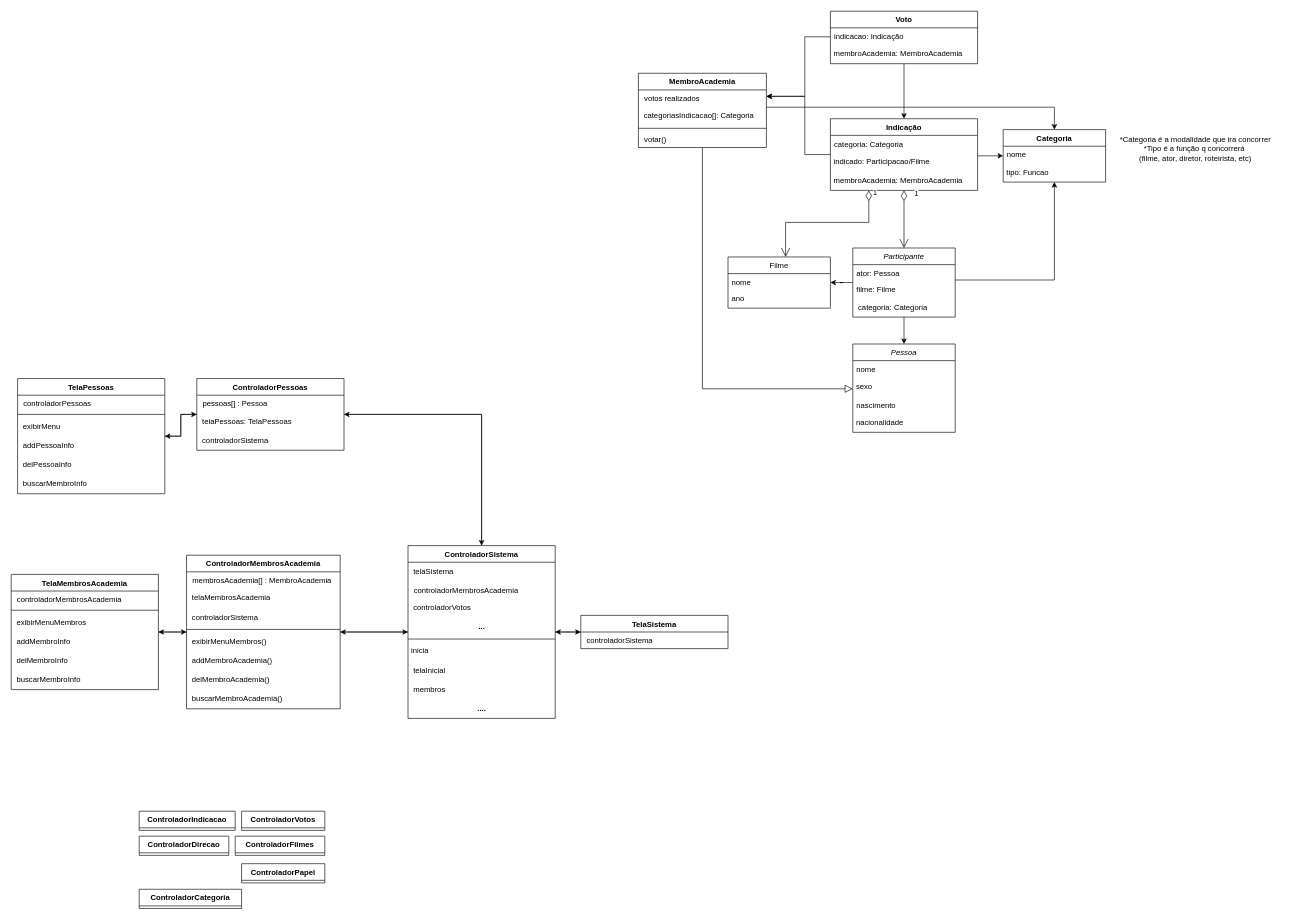
Earlier version of the draw.io diagram Diagram de Classe V2.drawio (joaotuyama21/trabalho_dsoo). Source tidied: cells renumbered, new cells numbered last; positions are measured from the earlier drawing's top-left corner, leaving out a move shared by most shapes. Both pictures are drawn from the tidied source at 64%, with x=0, y=0 at pixel (11, 11).
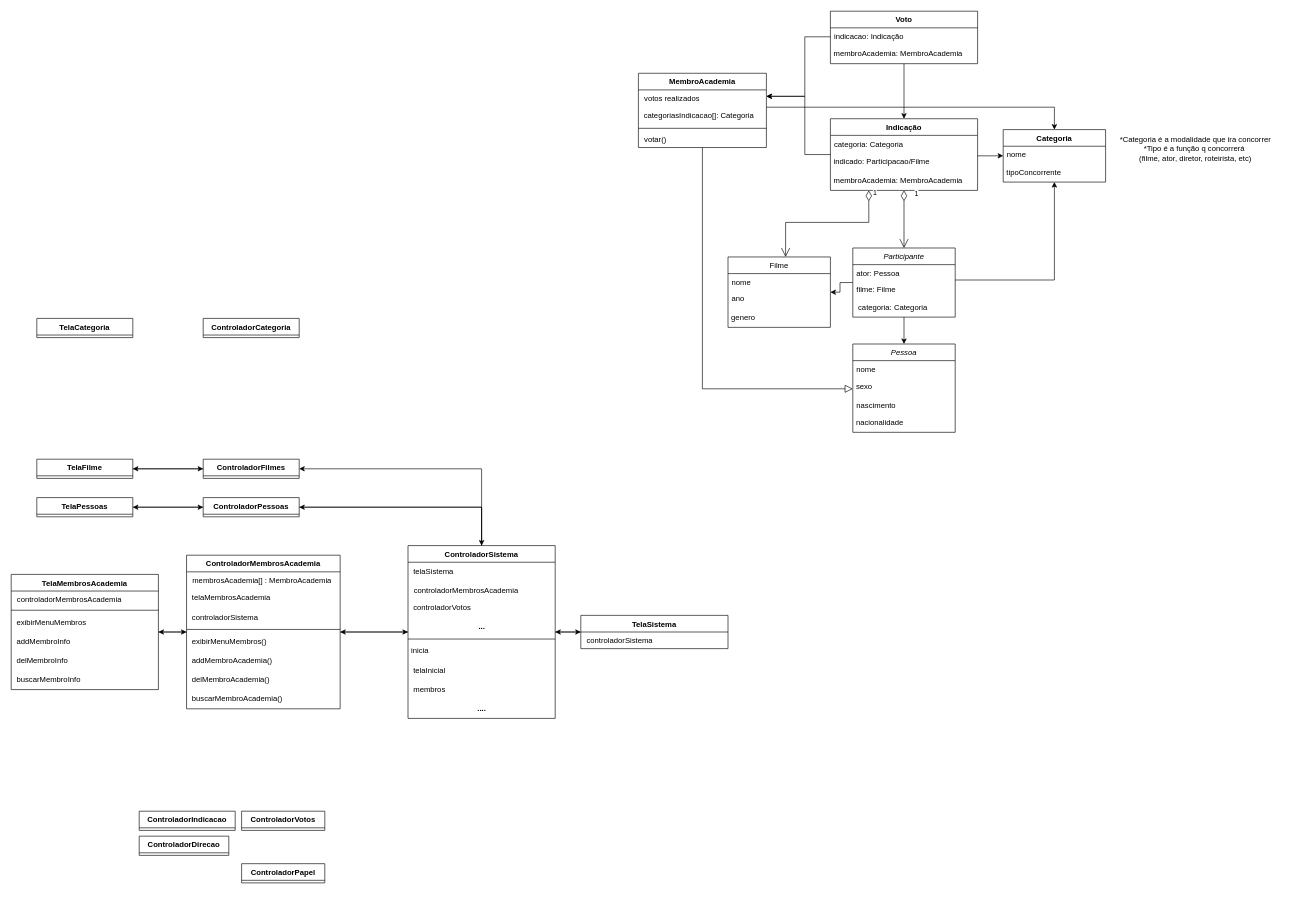
The same diagram, later.

Unchanged cells that the change refers to:
```xml
<mxCell id="28" value="ControladorSistema" style="swimlane;fontStyle=1;align=center;verticalAlign=top;horizontal=1;startSize=26;whiteSpace=wrap;html=1;" parent="1" vertex="1">
  <mxGeometry x="620" y="835" width="230" height="270" as="geometry" />
</mxCell>
<mxCell id="62" value="Categoria" style="swimlane;fontStyle=1;align=center;verticalAlign=top;horizontal=1;startSize=26;whiteSpace=wrap;html=1;" parent="1" vertex="1">
  <mxGeometry x="1550" y="185" width="160" height="82" as="geometry" />
</mxCell>
```

The edit, as a diff of the source:
```diff
@@
-    <mxCell id="4" value="ControladorPessoas" style="swimlane;fontStyle=1;align=center;verticalAlign=top;horizontal=1;startSize=26;whiteSpace=wrap;html=1;" parent="1" vertex="1">
-      <mxGeometry x="290" y="574" width="230" height="112" as="geometry" />
+    <mxCell id="4" value="ControladorPessoas" style="swimlane;fontStyle=1;align=center;verticalAlign=top;horizontal=1;startSize=26;whiteSpace=wrap;html=1;" parent="1" vertex="1" collapsed="1">
+      <mxGeometry x="300" y="760" width="150" height="30" as="geometry" />
     </mxCell>
-    <mxCell id="5" value="&amp;nbsp;pessoas[] : Pessoa" style="text;strokeColor=none;fillColor=none;align=left;verticalAlign=top;spacingLeft=4;spacingRight=4;overflow=hidden;whiteSpace=wrap;html=1;" parent="4" vertex="1">
-      <mxGeometry y="26" width="230" height="26" as="geometry" />
-    </mxCell>
-    <mxCell id="6" value="&amp;nbsp; telaPessoas: TelaPessoas" style="text;html=1;align=left;verticalAlign=middle;strokeColor=none;fillColor=none;" parent="4" vertex="1">
-      <mxGeometry y="52" width="230" height="30" as="geometry" />
-    </mxCell>
-    <mxCell id="7" value="&amp;nbsp; controladorSistema" style="text;html=1;align=left;verticalAlign=middle;strokeColor=none;fillColor=none;" parent="4" vertex="1">
-      <mxGeometry y="82" width="230" height="30" as="geometry" />
-    </mxCell>
@@
     <mxCell id="10" value="ControladorFilmes" style="swimlane;fontStyle=1;align=center;verticalAlign=top;horizontal=1;startSize=26;whiteSpace=wrap;html=1;" parent="1" vertex="1" collapsed="1">
-      <mxGeometry x="350" y="1289" width="140" height="30" as="geometry" />
+      <mxGeometry x="300" y="700" width="150" height="30" as="geometry" />
     </mxCell>
     <mxCell id="11" value="ControladorCategoria" style="swimlane;fontStyle=1;align=center;verticalAlign=top;horizontal=1;startSize=26;whiteSpace=wrap;html=1;" parent="1" vertex="1" collapsed="1">
-      <mxGeometry x="200" y="1372" width="160" height="30" as="geometry" />
+      <mxGeometry x="300" y="480" width="150" height="30" as="geometry" />
     </mxCell>
@@
     <mxCell id="27" style="edgeStyle=orthogonalEdgeStyle;rounded=0;jettySize=auto;html=1;" parent="1" edge="1" source="28" target="4">
       <mxGeometry relative="1" as="geometry">
         <Array as="points">
-          <mxPoint x="735" y="630" />
+          <mxPoint x="735" y="775" />
         </Array>
       </mxGeometry>
     </mxCell>
@@
     <mxCell id="43" value="Filme" style="swimlane;fontStyle=0;align=center;verticalAlign=top;horizontal=1;startSize=26;rounded=0;shadow=0;strokeWidth=1;" parent="1" vertex="1">
-      <mxGeometry x="1120" y="384" width="160" height="80" as="geometry" />
+      <mxGeometry x="1120" y="384" width="160" height="110" as="geometry" />
     </mxCell>
@@
+    <mxCell id="96" value="&amp;nbsp;genero" style="text;html=1;align=left;verticalAlign=middle;strokeColor=none;fillColor=none;" parent="43" vertex="1">
+      <mxGeometry y="80" width="160" height="30" as="geometry" />
+    </mxCell>
@@
-    <mxCell id="64" value="&amp;nbsp;tipo: Funcao" style="text;html=1;align=left;verticalAlign=middle;strokeColor=none;fillColor=none;" parent="62" vertex="1">
+    <mxCell id="64" value="&amp;nbsp;tipoConcorrente" style="text;html=1;align=left;verticalAlign=middle;strokeColor=none;fillColor=none;" parent="62" vertex="1">
       <mxGeometry y="52" width="160" height="30" as="geometry" />
     </mxCell>
@@
     <mxCell id="88" style="edgeStyle=orthogonalEdgeStyle;rounded=0;jettySize=auto;html=1;" parent="1" edge="1" source="89" target="4">
-      <mxGeometry relative="1" as="geometry" />
+      <mxGeometry relative="1" as="geometry">
+        <Array as="points">
+          <mxPoint x="115" y="775" />
+        </Array>
+      </mxGeometry>
     </mxCell>
-    <mxCell id="89" value="TelaPessoas" style="swimlane;fontStyle=1;align=center;verticalAlign=top;horizontal=1;startSize=26;whiteSpace=wrap;html=1;" parent="1" vertex="1">
-      <mxGeometry x="10" y="574" width="230" height="180" as="geometry" />
+    <mxCell id="89" value="TelaPessoas" style="swimlane;fontStyle=1;align=center;verticalAlign=top;horizontal=1;startSize=26;whiteSpace=wrap;html=1;" parent="1" vertex="1" collapsed="1">
+      <mxGeometry x="40" y="760" width="150" height="30" as="geometry" />
     </mxCell>
-    <mxCell id="90" value="&amp;nbsp;controladorPessoas" style="text;strokeColor=none;fillColor=none;align=left;verticalAlign=top;spacingLeft=4;spacingRight=4;overflow=hidden;whiteSpace=wrap;html=1;" parent="89" vertex="1">
-      <mxGeometry y="26" width="230" height="26" as="geometry" />
-    </mxCell>
-    <mxCell id="91" style="line;strokeWidth=1;fillColor=none;align=left;verticalAlign=middle;spacingTop=-1;spacingLeft=3;spacingRight=3;labelPosition=right;strokeColor=inherit;" parent="89" vertex="1">
-      <mxGeometry y="52" width="230" height="8" as="geometry" />
-    </mxCell>
-    <mxCell id="92" value="&amp;nbsp; exibirMenu" style="text;html=1;align=left;verticalAlign=middle;strokeColor=none;fillColor=none;" parent="89" vertex="1">
-      <mxGeometry y="60" width="230" height="30" as="geometry" />
-    </mxCell>
-    <mxCell id="93" value="&amp;nbsp; addPessoaInfo" style="text;html=1;align=left;verticalAlign=middle;strokeColor=none;fillColor=none;" parent="89" vertex="1">
-      <mxGeometry y="90" width="230" height="30" as="geometry" />
-    </mxCell>
-    <mxCell id="94" value="&amp;nbsp; delPessoaInfo" style="text;html=1;align=left;verticalAlign=middle;strokeColor=none;fillColor=none;" parent="89" vertex="1">
-      <mxGeometry y="120" width="230" height="30" as="geometry" />
-    </mxCell>
-    <mxCell id="95" value="&amp;nbsp; buscarMembroInfo" style="text;html=1;align=left;verticalAlign=middle;strokeColor=none;fillColor=none;" parent="89" vertex="1">
-      <mxGeometry y="150" width="230" height="30" as="geometry" />
-    </mxCell>
+    <mxCell id="97" value="TelaFilme" style="swimlane;fontStyle=1;align=center;verticalAlign=top;horizontal=1;startSize=26;whiteSpace=wrap;html=1;" parent="1" vertex="1" collapsed="1">
+      <mxGeometry x="40" y="700" width="150" height="30" as="geometry" />
+    </mxCell>
+    <mxCell id="98" style="edgeStyle=orthogonalEdgeStyle;rounded=0;jettySize=auto;html=1;" parent="1" edge="1" source="97" target="10">
+      <mxGeometry relative="1" as="geometry">
+        <Array as="points">
+          <mxPoint x="270" y="715" />
+          <mxPoint x="270" y="715" />
+        </Array>
+      </mxGeometry>
+    </mxCell>
+    <mxCell id="99" style="edgeStyle=orthogonalEdgeStyle;rounded=0;jettySize=auto;html=1;" parent="1" edge="1" source="10" target="97">
+      <mxGeometry relative="1" as="geometry">
+        <Array as="points">
+          <mxPoint x="330" y="715" />
+          <mxPoint x="330" y="715" />
+        </Array>
+      </mxGeometry>
+    </mxCell>
+    <mxCell id="100" style="edgeStyle=orthogonalEdgeStyle;rounded=0;jettySize=auto;html=1;" parent="1" edge="1" source="28" target="10">
+      <mxGeometry relative="1" as="geometry">
+        <Array as="points">
+          <mxPoint x="735" y="715" />
+        </Array>
+      </mxGeometry>
+    </mxCell>
+    <mxCell id="101" value="TelaCategoria" style="swimlane;fontStyle=1;align=center;verticalAlign=top;horizontal=1;startSize=26;whiteSpace=wrap;html=1;" parent="1" vertex="1" collapsed="1">
+      <mxGeometry x="40" y="480" width="150" height="30" as="geometry" />
+    </mxCell>
```
